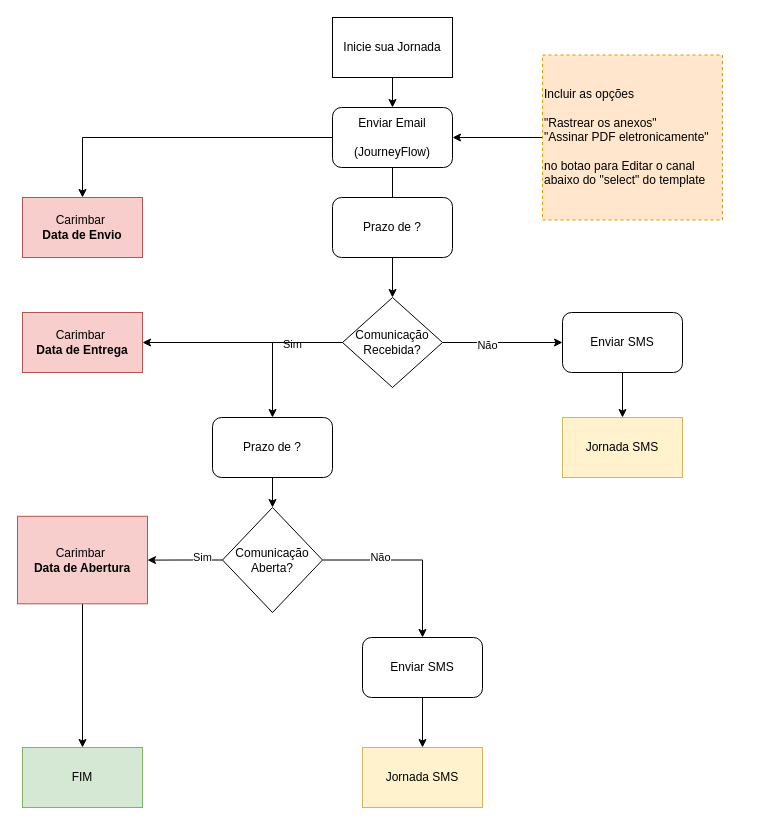
The draw.io diagram page "Desenho Jornada Email Carimbos Multiplos" (4 of 8) of Diagrama Carimbo.drawio in caio-bueno/draws-valid, before the edit. Source tidied: cells renumbered, new cells numbered last; positions are measured from the earlier drawing's top-left corner, leaving out a move shared by most shapes. Both pictures are drawn from the tidied source at 100%, with x=0, y=0 at pixel (17, 17).
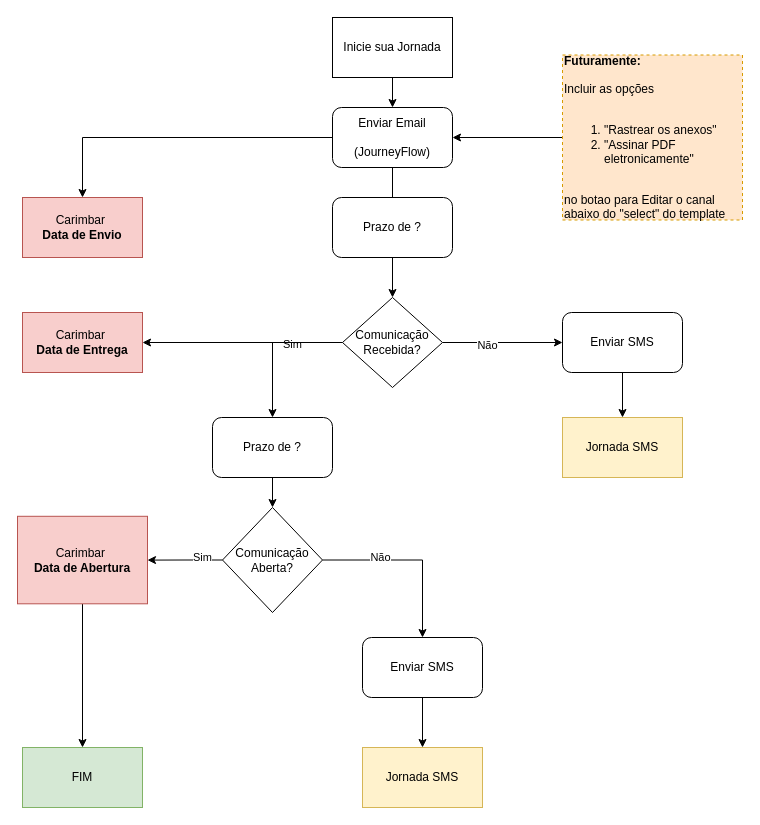
Above is the later version.

Change to the diagram source:
```diff
@@
-    <mxCell id="32" value="Incluir as opções&lt;br&gt;&lt;br&gt;&quot;Rastrear os anexos&quot;&amp;nbsp;&lt;div&gt;&lt;div&gt;&quot;Assinar PDF eletronicamente&quot;&lt;div&gt;&lt;br&gt;&lt;/div&gt;&lt;div&gt;no botao para Editar o canal&lt;/div&gt;&lt;div&gt;abaixo do &quot;select&quot; do template&lt;/div&gt;&lt;/div&gt;&lt;/div&gt;" style="rounded=0;whiteSpace=wrap;html=1;fillColor=#ffe6cc;strokeColor=#d79b00;dashed=1;align=left;" parent="1" vertex="1">
-      <mxGeometry x="525" y="37.5" width="180" height="165" as="geometry" />
+    <mxCell id="32" value="&lt;div&gt;&lt;b&gt;Futuramente:&lt;/b&gt;&lt;/div&gt;&lt;div&gt;&lt;br&gt;&lt;/div&gt;Incluir as opções&lt;br&gt;&lt;br&gt;&lt;ol&gt;&lt;li&gt;&quot;Rastrear os anexos&quot;&amp;nbsp;&lt;/li&gt;&lt;li&gt;&quot;Assinar PDF eletronicamente&quot;&lt;/li&gt;&lt;/ol&gt;&lt;div&gt;&lt;div&gt;&lt;br&gt;&lt;/div&gt;&lt;div&gt;no botao para Editar o canal&lt;/div&gt;&lt;div&gt;abaixo do &quot;select&quot; do template&lt;/div&gt;&lt;/div&gt;" style="rounded=0;whiteSpace=wrap;html=1;fillColor=#ffe6cc;strokeColor=#d79b00;dashed=1;align=left;" parent="1" vertex="1">
+      <mxGeometry x="545" y="37.5" width="180" height="165" as="geometry" />
     </mxCell>
```
